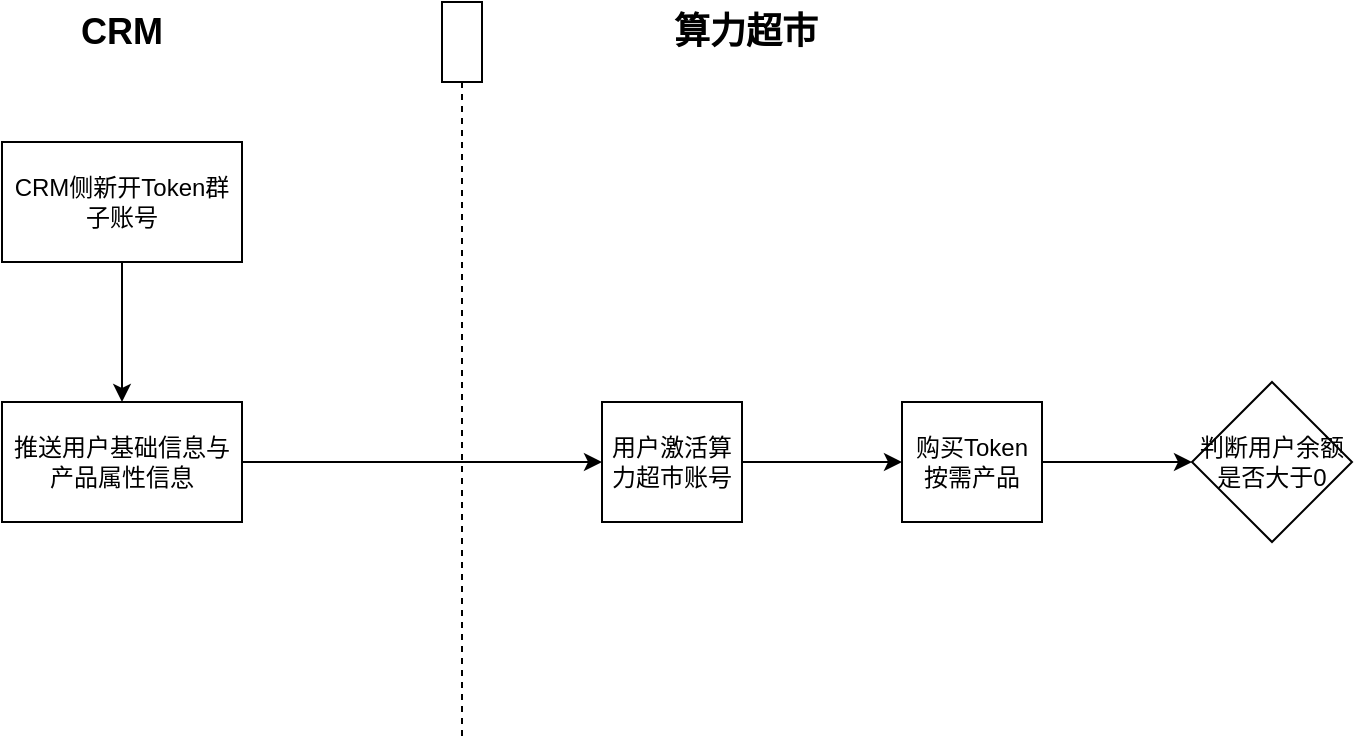
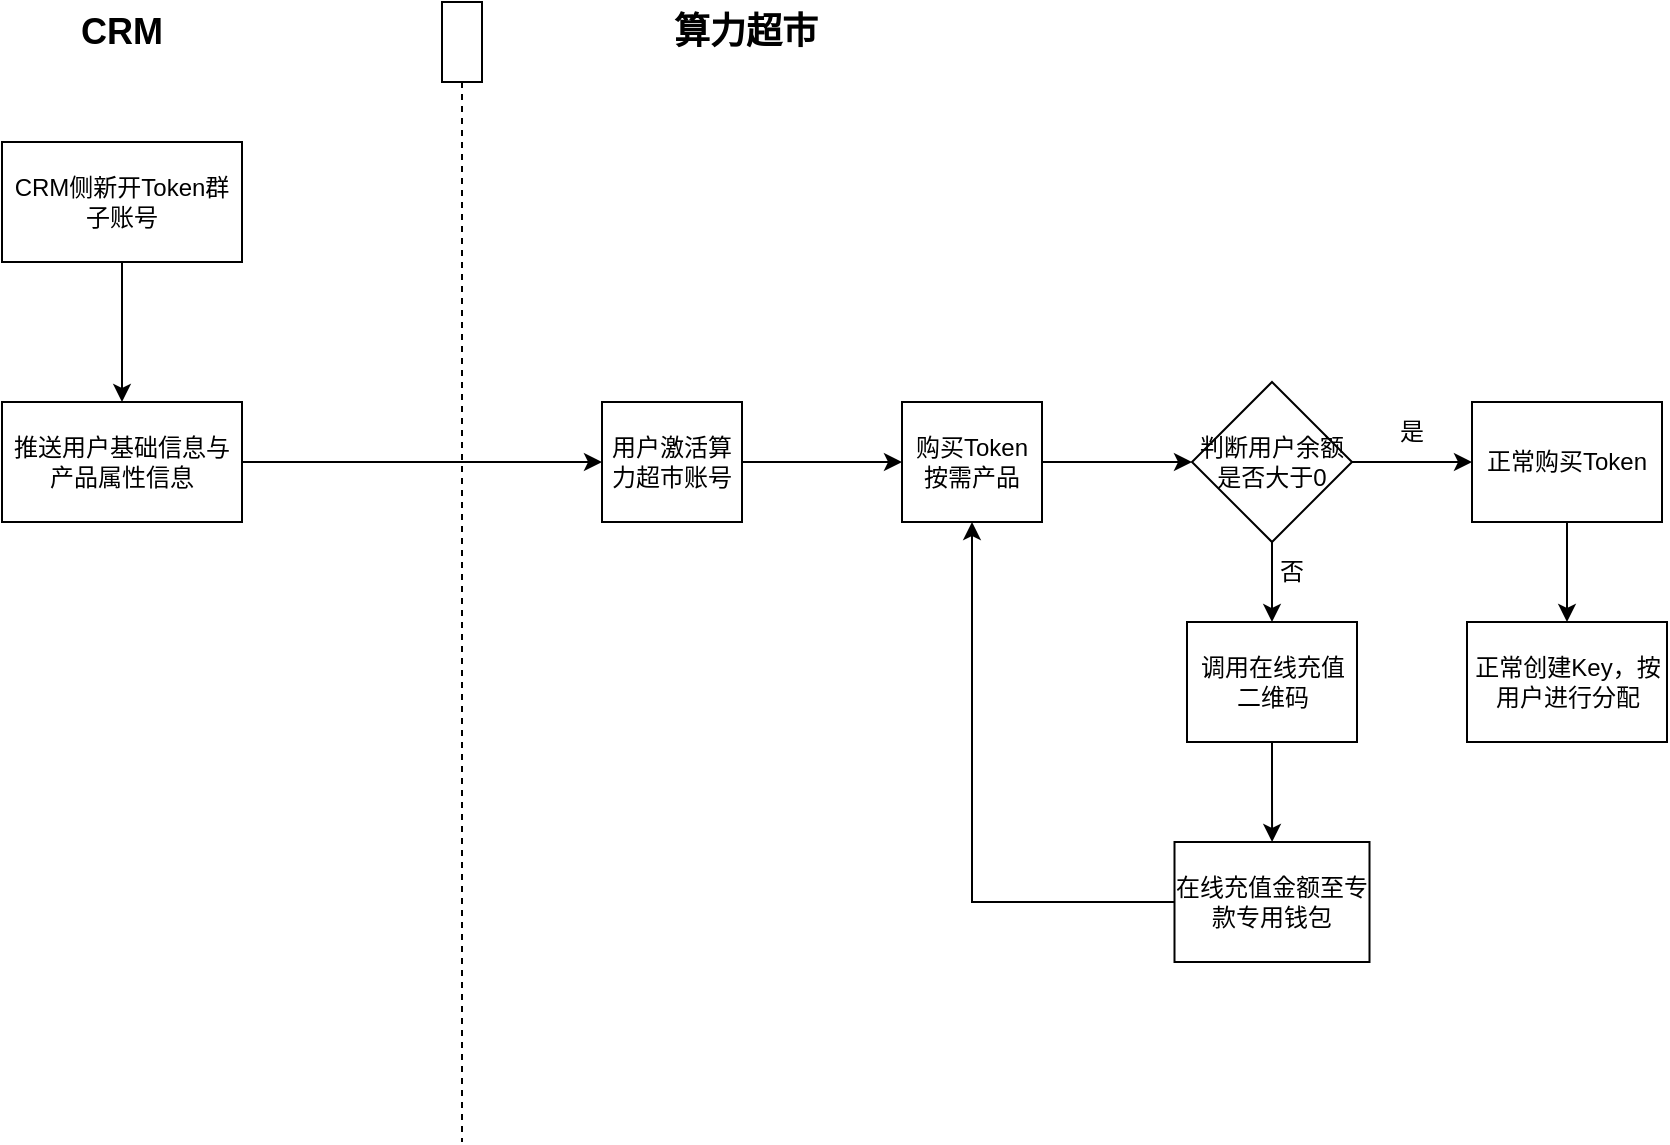
<mxfile host="app.diagrams.net">
  <diagram name="订购流程" id="AQjDujfQTNReucyWCHzX">
    <mxGraphModel dx="1022" dy="598" grid="1" gridSize="10" guides="1" tooltips="1" connect="1" arrows="1" fold="1" page="1" pageScale="1" pageWidth="827" pageHeight="1169" math="0" shadow="0">
      <root>
        <mxCell id="0" />
        <mxCell id="1" parent="0" />
        <mxCell id="CEaLPyawCCBcNyB-U0SB-2" edge="1" parent="1" source="UjK-lL8y8fFmidLC2YN5-1" style="edgeStyle=orthogonalEdgeStyle;rounded=0;orthogonalLoop=1;jettySize=auto;html=1;" target="CEaLPyawCCBcNyB-U0SB-1" value="">
          <mxGeometry relative="1" as="geometry" />
        </mxCell>
        <mxCell id="UjK-lL8y8fFmidLC2YN5-1" parent="1" style="rounded=0;whiteSpace=wrap;html=1;" value="CRM侧新开Token群子账号" vertex="1">
          <mxGeometry height="60" width="120" x="50" y="130" as="geometry" />
        </mxCell>
        <mxCell id="UjK-lL8y8fFmidLC2YN5-3" parent="1" style="shape=umlLifeline;perimeter=lifelinePerimeter;whiteSpace=wrap;html=1;container=1;dropTarget=0;collapsible=0;recursiveResize=0;outlineConnect=0;portConstraint=eastwest;newEdgeStyle={&quot;curved&quot;:0,&quot;rounded&quot;:0};" value="" vertex="1">
-           <mxGeometry height="370" width="20" x="270" y="60" as="geometry" />
+           <mxGeometry height="570" width="20" x="270" y="60" as="geometry" />
        </mxCell>
        <mxCell id="UjK-lL8y8fFmidLC2YN5-4" parent="1" style="text;html=1;whiteSpace=wrap;strokeColor=none;fillColor=none;align=center;verticalAlign=middle;rounded=0;" value="&lt;b&gt;&lt;font style=&quot;font-size: 18px;&quot;&gt;CRM&lt;/font&gt;&lt;/b&gt;" vertex="1">
          <mxGeometry height="30" width="60" x="80" y="60" as="geometry" />
        </mxCell>
        <mxCell id="UjK-lL8y8fFmidLC2YN5-5" parent="1" style="text;html=1;whiteSpace=wrap;strokeColor=none;fillColor=none;align=center;verticalAlign=middle;rounded=0;" value="&lt;b&gt;&lt;font style=&quot;font-size: 18px;&quot;&gt;算力超市&lt;/font&gt;&lt;/b&gt;" vertex="1">
          <mxGeometry height="30" width="76" x="384" y="60" as="geometry" />
        </mxCell>
        <mxCell id="CEaLPyawCCBcNyB-U0SB-4" edge="1" parent="1" source="CEaLPyawCCBcNyB-U0SB-1" style="edgeStyle=orthogonalEdgeStyle;rounded=0;orthogonalLoop=1;jettySize=auto;html=1;" target="CEaLPyawCCBcNyB-U0SB-3" value="">
          <mxGeometry relative="1" as="geometry" />
        </mxCell>
        <mxCell id="CEaLPyawCCBcNyB-U0SB-1" parent="1" style="whiteSpace=wrap;html=1;rounded=0;" value="推送用户基础信息与产品属性信息" vertex="1">
          <mxGeometry height="60" width="120" x="50" y="260" as="geometry" />
        </mxCell>
        <mxCell id="CEaLPyawCCBcNyB-U0SB-6" edge="1" parent="1" source="CEaLPyawCCBcNyB-U0SB-3" style="edgeStyle=orthogonalEdgeStyle;rounded=0;orthogonalLoop=1;jettySize=auto;html=1;" target="CEaLPyawCCBcNyB-U0SB-5" value="">
          <mxGeometry relative="1" as="geometry" />
        </mxCell>
        <mxCell id="CEaLPyawCCBcNyB-U0SB-3" parent="1" style="whiteSpace=wrap;html=1;rounded=0;" value="用户激活算力超市账号" vertex="1">
          <mxGeometry height="60" width="70" x="350" y="260" as="geometry" />
        </mxCell>
        <mxCell id="CEaLPyawCCBcNyB-U0SB-10" edge="1" parent="1" source="CEaLPyawCCBcNyB-U0SB-5" style="edgeStyle=orthogonalEdgeStyle;rounded=0;orthogonalLoop=1;jettySize=auto;html=1;" target="CEaLPyawCCBcNyB-U0SB-9" value="">
          <mxGeometry relative="1" as="geometry" />
        </mxCell>
        <mxCell id="CEaLPyawCCBcNyB-U0SB-5" parent="1" style="whiteSpace=wrap;html=1;rounded=0;" value="购买Token按需产品" vertex="1">
          <mxGeometry height="60" width="70" x="500" y="260" as="geometry" />
        </mxCell>
+         <mxCell id="CEaLPyawCCBcNyB-U0SB-12" edge="1" parent="1" source="CEaLPyawCCBcNyB-U0SB-9" style="edgeStyle=orthogonalEdgeStyle;rounded=0;orthogonalLoop=1;jettySize=auto;html=1;" target="CEaLPyawCCBcNyB-U0SB-11" value="">
+           <mxGeometry relative="1" as="geometry" />
+         </mxCell>
+         <mxCell id="CEaLPyawCCBcNyB-U0SB-20" edge="1" parent="1" source="CEaLPyawCCBcNyB-U0SB-9" style="edgeStyle=orthogonalEdgeStyle;rounded=0;orthogonalLoop=1;jettySize=auto;html=1;exitX=0.5;exitY=1;exitDx=0;exitDy=0;entryX=0.5;entryY=0;entryDx=0;entryDy=0;" target="CEaLPyawCCBcNyB-U0SB-18">
+           <mxGeometry relative="1" as="geometry" />
+         </mxCell>
        <mxCell id="CEaLPyawCCBcNyB-U0SB-9" parent="1" style="rhombus;whiteSpace=wrap;html=1;rounded=0;" value="判断用户余额是否大于0" vertex="1">
          <mxGeometry height="80" width="80" x="645" y="250" as="geometry" />
+         </mxCell>
+         <mxCell id="CEaLPyawCCBcNyB-U0SB-15" edge="1" parent="1" source="CEaLPyawCCBcNyB-U0SB-11" style="edgeStyle=orthogonalEdgeStyle;rounded=0;orthogonalLoop=1;jettySize=auto;html=1;" target="CEaLPyawCCBcNyB-U0SB-14" value="">
+           <mxGeometry relative="1" as="geometry" />
+         </mxCell>
+         <mxCell id="CEaLPyawCCBcNyB-U0SB-11" parent="1" style="whiteSpace=wrap;html=1;rounded=0;" value="正常购买Token" vertex="1">
+           <mxGeometry height="60" width="95" x="785" y="260" as="geometry" />
+         </mxCell>
+         <mxCell id="CEaLPyawCCBcNyB-U0SB-13" parent="1" style="text;html=1;whiteSpace=wrap;strokeColor=none;fillColor=none;align=center;verticalAlign=middle;rounded=0;" value="是" vertex="1">
+           <mxGeometry height="30" width="60" x="725" y="260" as="geometry" />
+         </mxCell>
+         <mxCell id="CEaLPyawCCBcNyB-U0SB-14" parent="1" style="whiteSpace=wrap;html=1;rounded=0;" value="正常创建Key，按用户进行分配" vertex="1">
+           <mxGeometry height="60" width="100" x="782.5" y="370" as="geometry" />
+         </mxCell>
+         <mxCell id="CEaLPyawCCBcNyB-U0SB-23" edge="1" parent="1" source="CEaLPyawCCBcNyB-U0SB-18" style="edgeStyle=orthogonalEdgeStyle;rounded=0;orthogonalLoop=1;jettySize=auto;html=1;" target="CEaLPyawCCBcNyB-U0SB-22" value="">
+           <mxGeometry relative="1" as="geometry" />
+         </mxCell>
+         <mxCell id="CEaLPyawCCBcNyB-U0SB-18" parent="1" style="whiteSpace=wrap;html=1;rounded=0;" value="调用在线充值二维码" vertex="1">
+           <mxGeometry height="60" width="85" x="642.5" y="370" as="geometry" />
+         </mxCell>
+         <mxCell id="CEaLPyawCCBcNyB-U0SB-21" parent="1" style="text;html=1;whiteSpace=wrap;strokeColor=none;fillColor=none;align=center;verticalAlign=middle;rounded=0;" value="否" vertex="1">
+           <mxGeometry height="30" width="60" x="665" y="330" as="geometry" />
+         </mxCell>
+         <mxCell id="CEaLPyawCCBcNyB-U0SB-24" edge="1" parent="1" source="CEaLPyawCCBcNyB-U0SB-22" style="edgeStyle=orthogonalEdgeStyle;rounded=0;orthogonalLoop=1;jettySize=auto;html=1;entryX=0.5;entryY=1;entryDx=0;entryDy=0;" target="CEaLPyawCCBcNyB-U0SB-5">
+           <mxGeometry relative="1" as="geometry" />
+         </mxCell>
+         <mxCell id="CEaLPyawCCBcNyB-U0SB-22" parent="1" style="whiteSpace=wrap;html=1;rounded=0;" value="在线充值金额至专款专用钱包" vertex="1">
+           <mxGeometry height="60" width="97.5" x="636.25" y="480" as="geometry" />
        </mxCell>
      </root>
    </mxGraphModel>
  </diagram>
</mxfile>
